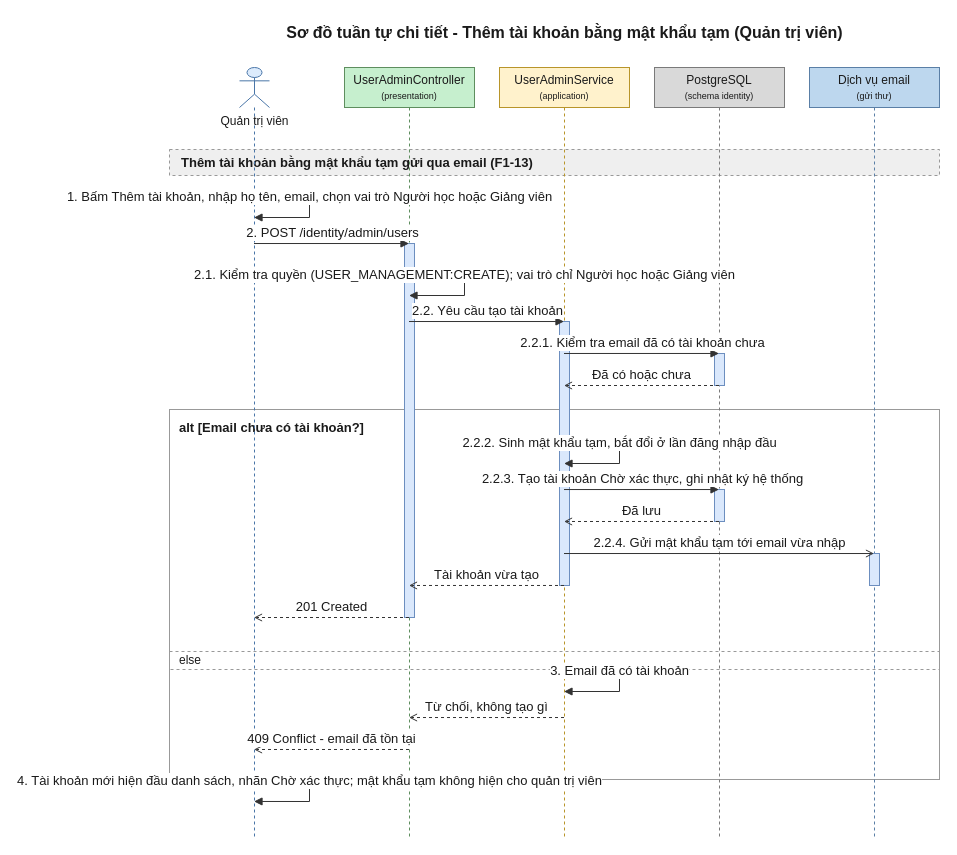
daiphu1801/PRJ_ALGOPREP keeps this draw.io diagram as 08-diagram/sequence/admin/sequence_admin_them_tai_khoan.drawio. Above is the earlier version. Source tidied: cells renumbered, new cells numbered last; positions are measured from the earlier drawing's top-left corner, leaving out a move shared by most shapes. Both pictures are drawn from the tidied source at 100%, with x=0, y=0 at pixel (169, 17).
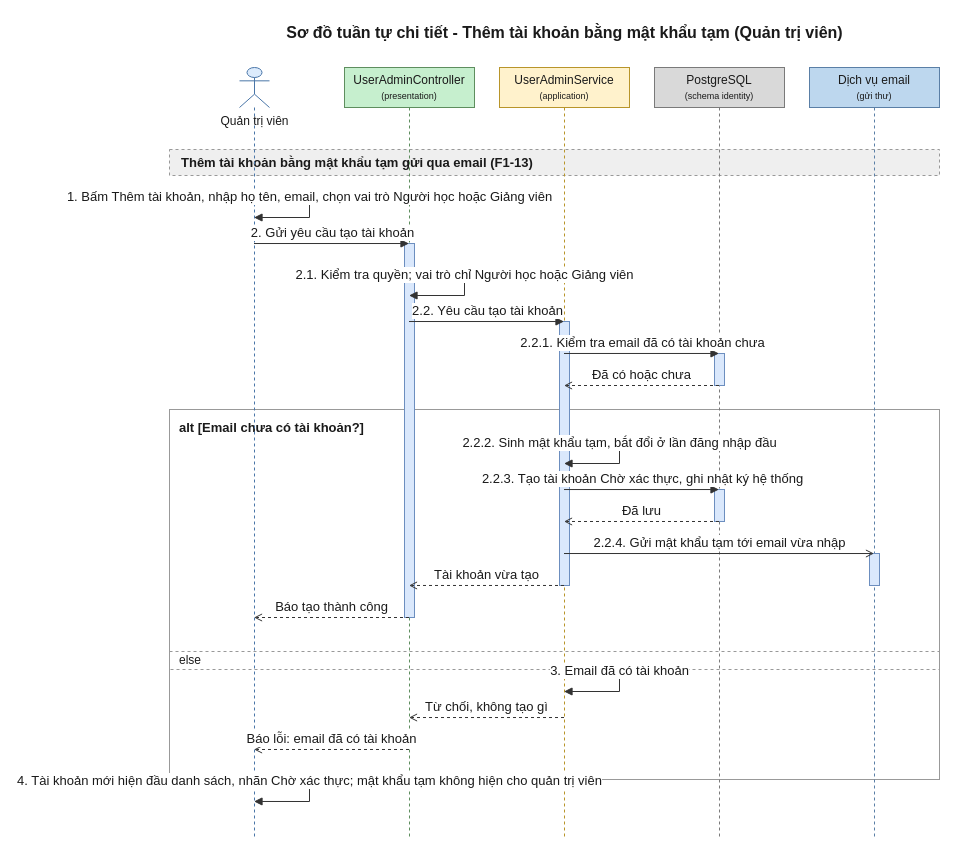
The same page after the edit.

The change refers to these unchanged cells:
```xml
<mxCell id="6" value="Quản trị viên" style="shape=umlLifeline;participant=umlActor;perimeter=lifelinePerimeter;html=1;outlineConnect=0;size=40;verticalAlign=top;spacingTop=40;fillColor=#DCEBFC;strokeColor=#4A76A8;fontColor=#1A1A1A;" parent="1" vertex="1">
  <mxGeometry x="70" y="50" width="30" height="770" as="geometry" />
</mxCell>
<mxCell id="7" value="UserAdminController&lt;br&gt;&lt;font style=&quot;font-size:9px&quot;&gt;(presentation)&lt;/font&gt;" style="shape=umlLifeline;perimeter=lifelinePerimeter;whiteSpace=wrap;html=1;outlineConnect=0;size=40;fillColor=#C6EFCE;strokeColor=#5E8E5E;fontColor=#1A1A1A;" parent="1" vertex="1">
  <mxGeometry x="175" y="50" width="130" height="770" as="geometry" />
</mxCell>
```

Change to the diagram source:
```diff
@@
-    <mxCell id="17" value="2. POST /identity/admin/users" style="edgeStyle=none;html=1;endArrow=block;endFill=1;strokeColor=#333333;fontColor=#1A1A1A;fontSize=13;verticalAlign=bottom;exitX=0.5;exitY=0.2286;exitDx=0;exitDy=0;entryX=0.5;entryY=0.2286;entryDx=0;entryDy=0;" parent="1" edge="1" source="6" target="7">
+    <mxCell id="17" value="2. Gửi yêu cầu tạo tài khoản" style="edgeStyle=none;html=1;endArrow=block;endFill=1;strokeColor=#333333;fontColor=#1A1A1A;fontSize=13;verticalAlign=bottom;exitX=0.5;exitY=0.2286;exitDx=0;exitDy=0;entryX=0.5;entryY=0.2286;entryDx=0;entryDy=0;" parent="1" edge="1" source="6" target="7">
       <mxGeometry relative="1" as="geometry" />
     </mxCell>
-    <mxCell id="18" value="2.1. Kiểm tra quyền (USER_MANAGEMENT:CREATE); vai trò chỉ Người học hoặc Giảng viên" style="edgeStyle=orthogonalEdgeStyle;rounded=0;html=1;endArrow=block;endFill=1;strokeColor=#333333;fontColor=#1A1A1A;fontSize=13;verticalAlign=bottom;exitX=0.5;exitY=0.2701;exitDx=0;exitDy=0;entryX=0.5;entryY=0.2961;entryDx=0;entryDy=0;" parent="1" edge="1" source="7" target="7">
+    <mxCell id="18" value="2.1. Kiểm tra quyền; vai trò chỉ Người học hoặc Giảng viên" style="edgeStyle=orthogonalEdgeStyle;rounded=0;html=1;endArrow=block;endFill=1;strokeColor=#333333;fontColor=#1A1A1A;fontSize=13;verticalAlign=bottom;exitX=0.5;exitY=0.2701;exitDx=0;exitDy=0;entryX=0.5;entryY=0.2961;entryDx=0;entryDy=0;" parent="1" edge="1" source="7" target="7">
       <mxGeometry relative="1" as="geometry">
         <Array as="points">
           <mxPoint x="295" y="258" />
           <mxPoint x="295" y="278" />
         </Array>
       </mxGeometry>
     </mxCell>
@@
-    <mxCell id="27" value="201 Created" style="edgeStyle=none;html=1;endArrow=open;endFill=0;dashed=1;strokeColor=#333333;fontColor=#1A1A1A;fontSize=13;verticalAlign=bottom;exitX=0.5;exitY=0.7143;exitDx=0;exitDy=0;entryX=0.5;entryY=0.7143;entryDx=0;entryDy=0;" parent="1" edge="1" source="7" target="6">
+    <mxCell id="27" value="Báo tạo thành công" style="edgeStyle=none;html=1;endArrow=open;endFill=0;dashed=1;strokeColor=#333333;fontColor=#1A1A1A;fontSize=13;verticalAlign=bottom;exitX=0.5;exitY=0.7143;exitDx=0;exitDy=0;entryX=0.5;entryY=0.7143;entryDx=0;entryDy=0;" parent="1" edge="1" source="7" target="6">
       <mxGeometry relative="1" as="geometry" />
     </mxCell>
@@
-    <mxCell id="30" value="409 Conflict - email đã tồn tại" style="edgeStyle=none;html=1;endArrow=open;endFill=0;dashed=1;strokeColor=#333333;fontColor=#1A1A1A;fontSize=13;verticalAlign=bottom;exitX=0.5;exitY=0.8857;exitDx=0;exitDy=0;entryX=0.5;entryY=0.8857;entryDx=0;entryDy=0;" parent="1" edge="1" source="7" target="6">
+    <mxCell id="30" value="Báo lỗi: email đã có tài khoản" style="edgeStyle=none;html=1;endArrow=open;endFill=0;dashed=1;strokeColor=#333333;fontColor=#1A1A1A;fontSize=13;verticalAlign=bottom;exitX=0.5;exitY=0.8857;exitDx=0;exitDy=0;entryX=0.5;entryY=0.8857;entryDx=0;entryDy=0;" parent="1" edge="1" source="7" target="6">
       <mxGeometry relative="1" as="geometry" />
     </mxCell>
```
